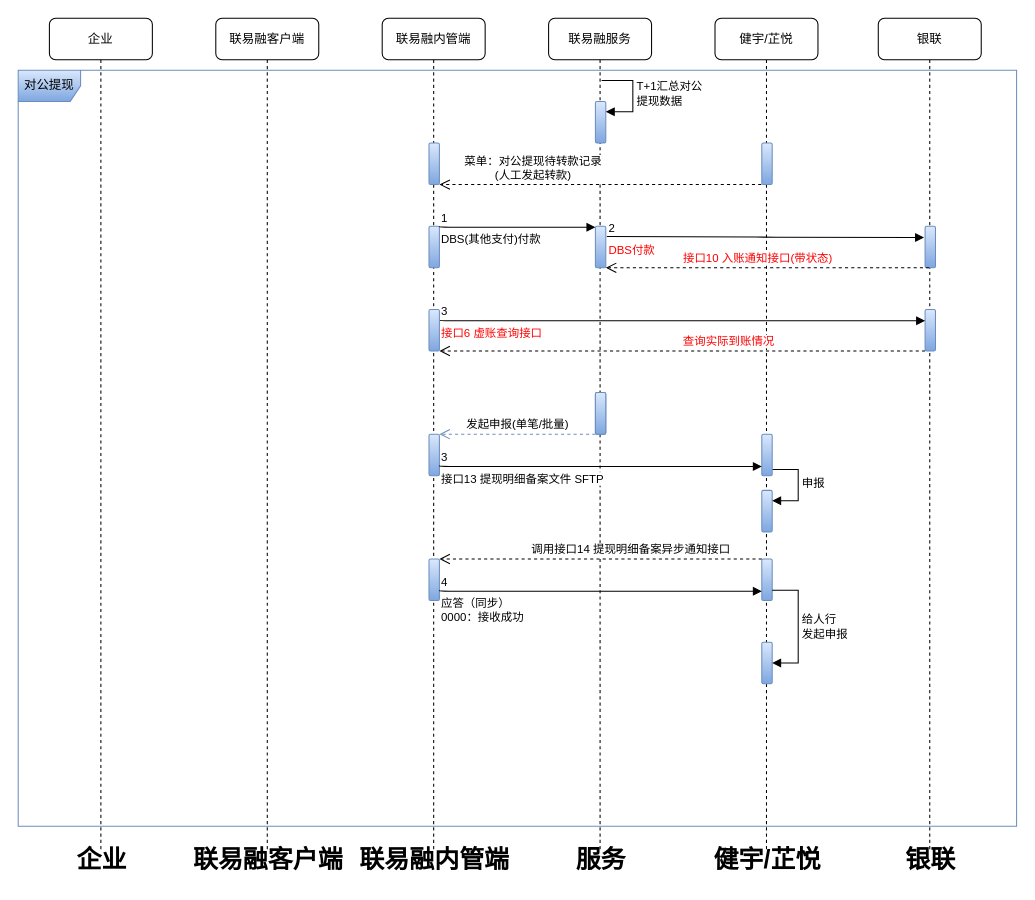
Earlier version of the draw.io diagram LLSI/对公还原申报异常处理.drawio (0573xieguojia/To-program). Source tidied: cells renumbered, new cells numbered last; positions are measured from the earlier drawing's top-left corner, leaving out a move shared by most shapes. Both pictures are drawn from the tidied source at 104%, with x=0, y=0 at pixel (18, 18).
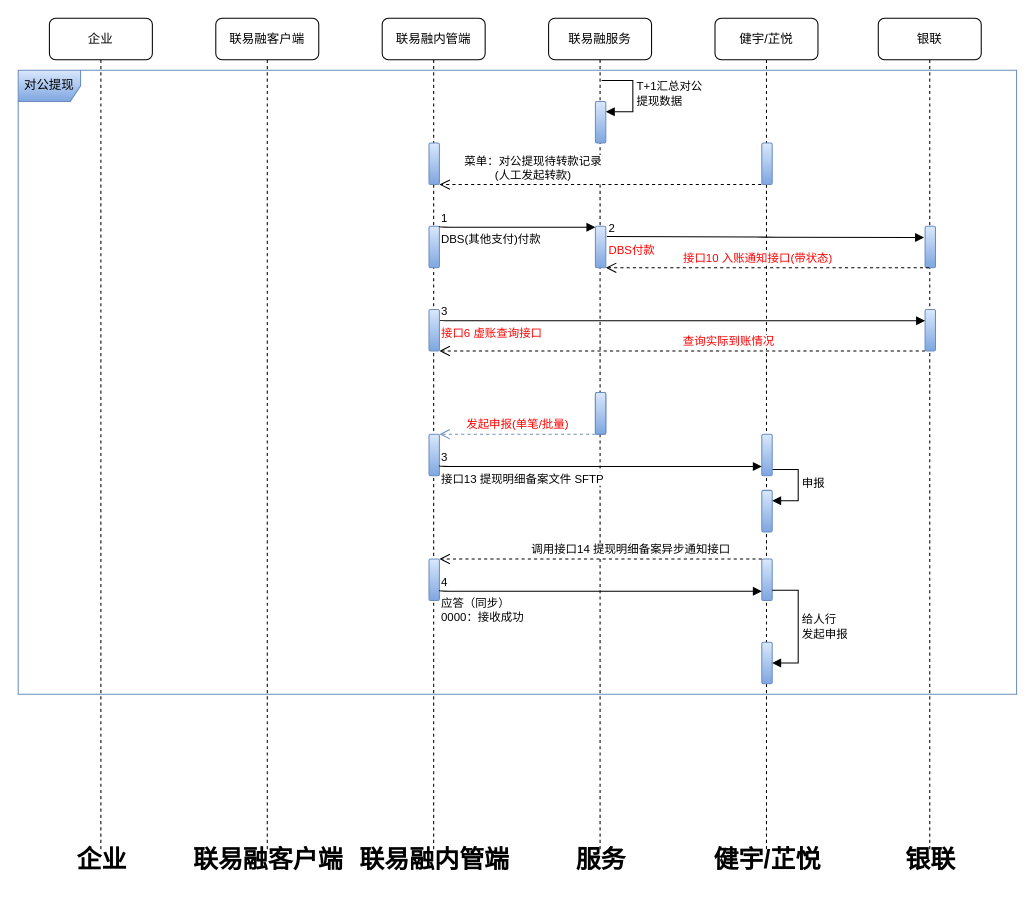
The same page after the edit.

Commit message (it also covers changes not shown here):
更新对公还原申报异常处理.drawio

Unchanged cells that the change refers to:
```xml
<mxCell id="9" value="健宇/芷悦" style="shape=umlLifeline;perimeter=lifelinePerimeter;whiteSpace=wrap;html=1;newEdgeStyle={&quot;edgeStyle&quot;:&quot;elbowEdgeStyle&quot;,&quot;elbow&quot;:&quot;vertical&quot;,&quot;curved&quot;:0,&quot;rounded&quot;:0};rounded=1;" parent="1" vertex="1">
  <mxGeometry x="670" width="99" height="800" as="geometry" />
</mxCell>
```

Diff of the diagram source:
```diff
@@
-    <mxCell id="17" value="&lt;font&gt;发起申报(单笔/批量)&lt;/font&gt;" style="html=1;verticalAlign=bottom;endArrow=open;dashed=1;endSize=8;edgeStyle=elbowEdgeStyle;elbow=vertical;curved=0;rounded=1;fillColor=#dae8fc;gradientColor=#7ea6e0;strokeColor=#6c8ebf;fontColor=#000000;" parent="9" edge="1">
+    <mxCell id="17" value="&lt;font&gt;发起申报(单笔/批量)&lt;/font&gt;" style="html=1;verticalAlign=bottom;endArrow=open;dashed=1;endSize=8;edgeStyle=elbowEdgeStyle;elbow=vertical;curved=0;rounded=1;fillColor=#dae8fc;gradientColor=#7ea6e0;strokeColor=#6c8ebf;fontColor=#FF0000;" parent="9" edge="1">
       <mxGeometry relative="1" as="geometry">
         <mxPoint x="-115" y="400" as="sourcePoint" />
         <mxPoint x="-265" y="400" as="targetPoint" />
         <Array as="points">
           <mxPoint x="-240" y="400" />
         </Array>
       </mxGeometry>
     </mxCell>
@@
     <mxCell id="30" value="对公提现" style="shape=umlFrame;whiteSpace=wrap;html=1;fillColor=#dae8fc;gradientColor=#7ea6e0;strokeColor=#6c8ebf;rounded=1;" parent="1" vertex="1">
-      <mxGeometry y="50" width="960" height="727" as="geometry" />
+      <mxGeometry y="50" width="960" height="600" as="geometry" />
     </mxCell>
```
